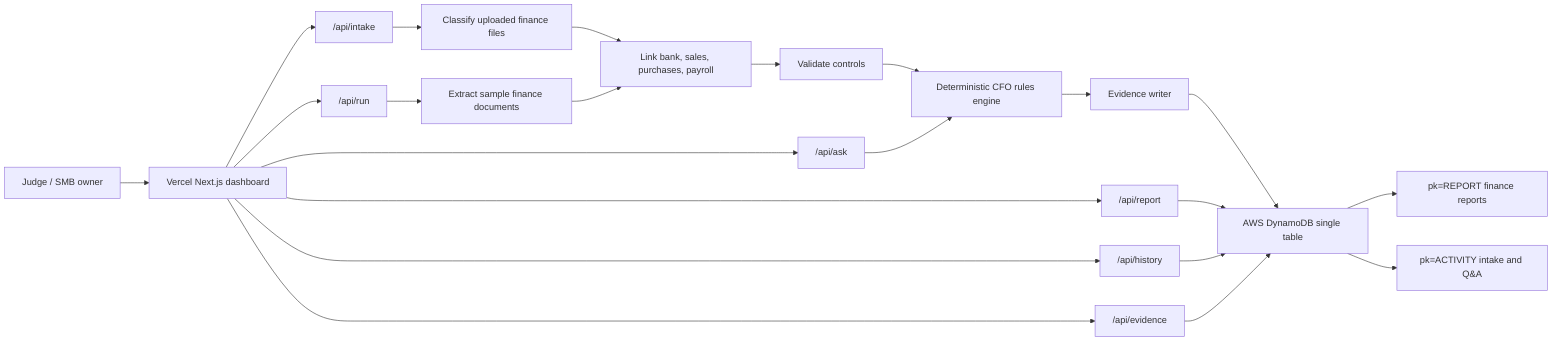
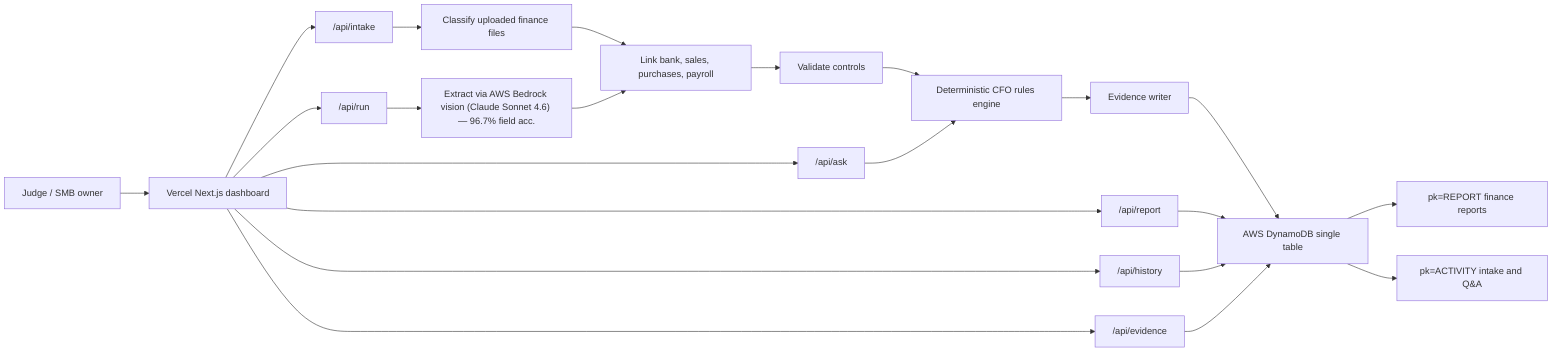
flowchart LR
  Judge["Judge / SMB owner"] --> UI["Vercel Next.js dashboard"]
  UI --> Run["/api/run"]
  UI --> Report["/api/report"]
  UI --> Intake["/api/intake"]
  UI --> Ask["/api/ask"]
  UI --> History["/api/history"]
  UI --> Evidence["/api/evidence"]

  Intake --> Classify["Classify uploaded finance files"]
-   Run --> Extract["Extract sample finance documents"]
+   Run --> Extract["Extract via AWS Bedrock vision (Claude Sonnet 4.6) — 96.7% field acc."]
  Classify --> Link["Link bank, sales, purchases, payroll"]
  Extract --> Link
  Link --> Validate["Validate controls"]
  Validate --> Analyze["Deterministic CFO rules engine"]
  Ask --> Analyze
  Analyze --> Persist["Evidence writer"]

  Persist --> Dynamo["AWS DynamoDB single table"]
  Dynamo --> ReportRecords["pk=REPORT finance reports"]
  Dynamo --> ActivityRecords["pk=ACTIVITY intake and Q&A"]

  Report --> Dynamo
  History --> Dynamo
  Evidence --> Dynamo
